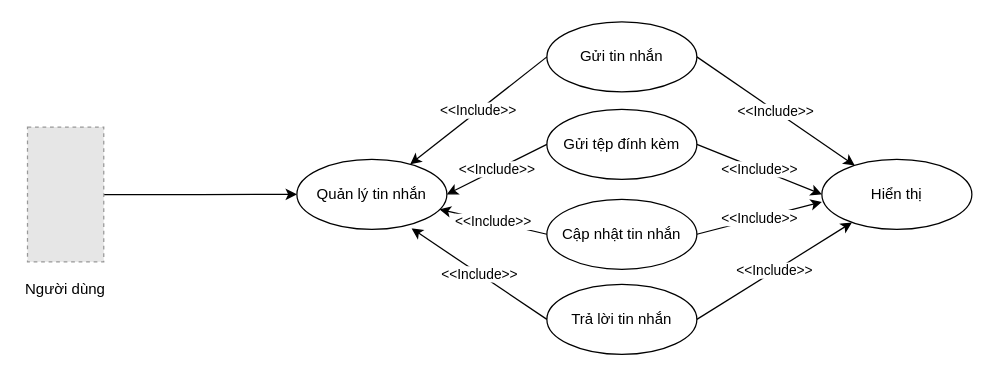
Above: phac thao do an cuoi cung/use case tai khoan.drawio in frozenproof/dactaphanmem (draw.io), before the change. Source tidied: cells renumbered, new cells numbered last; positions are measured from the earlier drawing's top-left corner, leaving out a move shared by most shapes. Both pictures are drawn from the tidied source at 125%, with x=0, y=0 at pixel (21, 21). Pictures stored in the file or linked from it are replaced by grey dashed boxes.
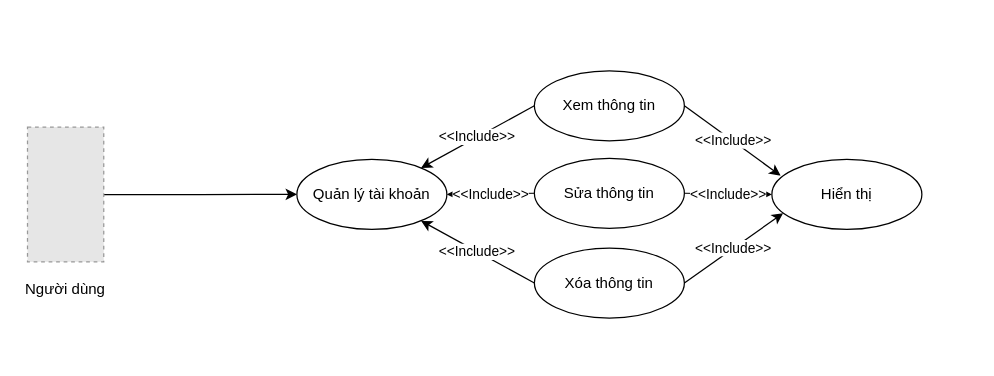
The same page after the edit.

What changed in the source:
```diff
@@
 <mxGraphModel>
   <root>
     <mxCell id="0" />
     <mxCell id="1" parent="0" />
     <mxCell id="2" value="Người dùng" style="text;html=1;align=center;verticalAlign=middle;whiteSpace=wrap;rounded=0;" parent="1" vertex="1">
       <mxGeometry y="203.9" width="70" height="20" as="geometry" />
     </mxCell>
     <mxCell id="3" style="edgeStyle=orthogonalEdgeStyle;rounded=0;jettySize=auto;html=1;entryX=0;entryY=0.5;entryDx=0;entryDy=0;" parent="1" edge="1" source="4" target="5">
       <mxGeometry relative="1" as="geometry" />
     </mxCell>
     <mxCell id="4" style="fillColor=#E6E6E6;strokeColor=#999999;dashed=1;verticalLabelPosition=bottom;labelBackgroundColor=default;verticalAlign=top;" parent="1" vertex="1">
       <mxGeometry x="4.5" y="84.1" width="61" height="107.9" as="geometry" />
     </mxCell>
-    <mxCell id="5" value="Quản lý tin nhắn" style="ellipse;whiteSpace=wrap;html=1;" parent="1" vertex="1">
+    <mxCell id="5" value="Quản lý tài khoản" style="ellipse;whiteSpace=wrap;html=1;" parent="1" vertex="1">
       <mxGeometry x="220" y="110" width="120" height="56" as="geometry" />
     </mxCell>
-    <mxCell id="6" value="Gửi tệp đính kèm" style="ellipse;whiteSpace=wrap;html=1;" parent="1" vertex="1">
-      <mxGeometry x="420" y="70" width="120" height="56" as="geometry" />
+    <mxCell id="6" value="Sửa thông tin" style="ellipse;whiteSpace=wrap;html=1;" parent="1" vertex="1">
+      <mxGeometry x="410" y="109.1" width="120" height="56" as="geometry" />
     </mxCell>
-    <mxCell id="7" value="Cập nhật tin nhắn" style="ellipse;whiteSpace=wrap;html=1;" parent="1" vertex="1">
-      <mxGeometry x="420" y="141.9" width="120" height="56" as="geometry" />
+    <mxCell id="7" value="Xóa thông tin" style="ellipse;whiteSpace=wrap;html=1;" parent="1" vertex="1">
+      <mxGeometry x="410" y="180.9" width="120" height="56" as="geometry" />
     </mxCell>
     <mxCell id="8" value="&amp;lt;&amp;lt;Include&amp;gt;&amp;gt;" style="endArrow=classic;html=1;rounded=0;exitX=0;exitY=0.5;exitDx=0;exitDy=0;entryX=1;entryY=0.5;entryDx=0;entryDy=0;" parent="1" edge="1" source="6" target="5">
       <mxGeometry relative="1" as="geometry" />
     </mxCell>
     <mxCell id="9" value="&amp;lt;&amp;lt;Include&amp;gt;&amp;gt;" style="endArrow=classic;html=1;rounded=0;exitX=0;exitY=0.5;exitDx=0;exitDy=0;" parent="1" edge="1" source="7" target="5">
       <mxGeometry relative="1" as="geometry" />
     </mxCell>
-    <mxCell id="10" value="Gửi tin nhắn" style="ellipse;whiteSpace=wrap;html=1;" parent="1" vertex="1">
-      <mxGeometry x="420" width="120" height="56" as="geometry" />
+    <mxCell id="10" value="Xem thông tin" style="ellipse;whiteSpace=wrap;html=1;" parent="1" vertex="1">
+      <mxGeometry x="410" y="39.1" width="120" height="56" as="geometry" />
     </mxCell>
     <mxCell id="11" value="&amp;lt;&amp;lt;Include&amp;gt;&amp;gt;" style="endArrow=classic;html=1;rounded=0;exitX=0;exitY=0.5;exitDx=0;exitDy=0;" parent="1" edge="1" source="10" target="5">
       <mxGeometry relative="1" as="geometry" />
     </mxCell>
     <mxCell id="12" value="Hiển thị" style="ellipse;whiteSpace=wrap;html=1;" parent="1" vertex="1">
-      <mxGeometry x="640" y="110" width="120" height="56" as="geometry" />
+      <mxGeometry x="600" y="110" width="120" height="56" as="geometry" />
     </mxCell>
-    <mxCell id="13" value="Trả lời tin nhắn" style="ellipse;whiteSpace=wrap;html=1;" parent="1" vertex="1">
-      <mxGeometry x="420" y="210" width="120" height="56" as="geometry" />
-    </mxCell>
-    <mxCell id="14" value="&amp;lt;&amp;lt;Include&amp;gt;&amp;gt;" style="endArrow=classic;html=1;rounded=0;exitX=0;exitY=0.5;exitDx=0;exitDy=0;entryX=0.765;entryY=0.986;entryDx=0;entryDy=0;entryPerimeter=0;" parent="1" edge="1" source="13" target="5">
-      <mxGeometry relative="1" as="geometry" />
-    </mxCell>
-    <mxCell id="15" value="&amp;lt;&amp;lt;Include&amp;gt;&amp;gt;" style="endArrow=classic;html=1;rounded=0;exitX=1;exitY=0.5;exitDx=0;exitDy=0;" parent="1" edge="1" source="10" target="12">
+    <mxCell id="15" value="&amp;lt;&amp;lt;Include&amp;gt;&amp;gt;" style="endArrow=classic;html=1;rounded=0;exitX=1;exitY=0.5;exitDx=0;exitDy=0;entryX=0.058;entryY=0.232;entryDx=0;entryDy=0;entryPerimeter=0;" parent="1" edge="1" source="10" target="12">
       <mxGeometry relative="1" as="geometry" />
     </mxCell>
-    <mxCell id="16" value="&amp;lt;&amp;lt;Include&amp;gt;&amp;gt;" style="endArrow=classic;html=1;rounded=0;exitX=1;exitY=0.5;exitDx=0;exitDy=0;" parent="1" edge="1" source="13" target="12">
-      <mxGeometry relative="1" as="geometry" />
-    </mxCell>
     <mxCell id="17" value="&amp;lt;&amp;lt;Include&amp;gt;&amp;gt;" style="endArrow=classic;html=1;rounded=0;exitX=1;exitY=0.5;exitDx=0;exitDy=0;entryX=0;entryY=0.5;entryDx=0;entryDy=0;" parent="1" edge="1" source="6" target="12">
       <mxGeometry relative="1" as="geometry" />
     </mxCell>
-    <mxCell id="18" value="&amp;lt;&amp;lt;Include&amp;gt;&amp;gt;" style="endArrow=classic;html=1;rounded=0;exitX=1;exitY=0.5;exitDx=0;exitDy=0;entryX=0;entryY=0.608;entryDx=0;entryDy=0;entryPerimeter=0;" parent="1" edge="1" source="7" target="12">
+    <mxCell id="18" value="&amp;lt;&amp;lt;Include&amp;gt;&amp;gt;" style="endArrow=classic;html=1;rounded=0;exitX=1;exitY=0.5;exitDx=0;exitDy=0;entryX=0.075;entryY=0.768;entryDx=0;entryDy=0;entryPerimeter=0;" parent="1" edge="1" source="7" target="12">
       <mxGeometry relative="1" as="geometry" />
     </mxCell>
   </root>
 </mxGraphModel>
```
